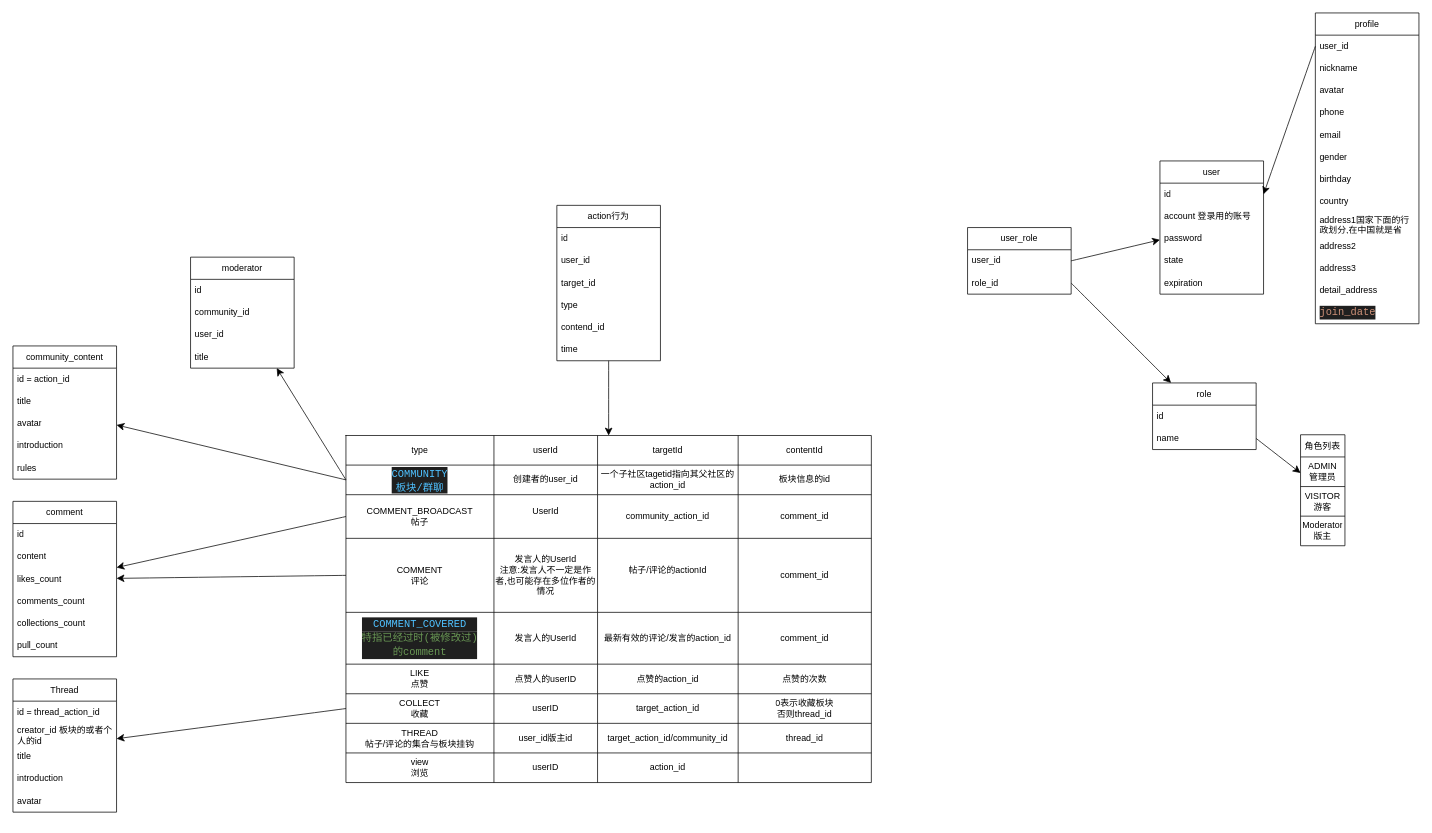
Above: page "第 3 页" (1 of 5) of doc/drawio/unibbs.drawio in Jomeuan/unibbs (draw.io), before the change. Source tidied: cells renumbered, new cells numbered last; positions are measured from the earlier drawing's top-left corner, leaving out a move shared by most shapes. Both pictures are drawn from the tidied source at 74%, with x=0, y=0 at pixel (13, 13).
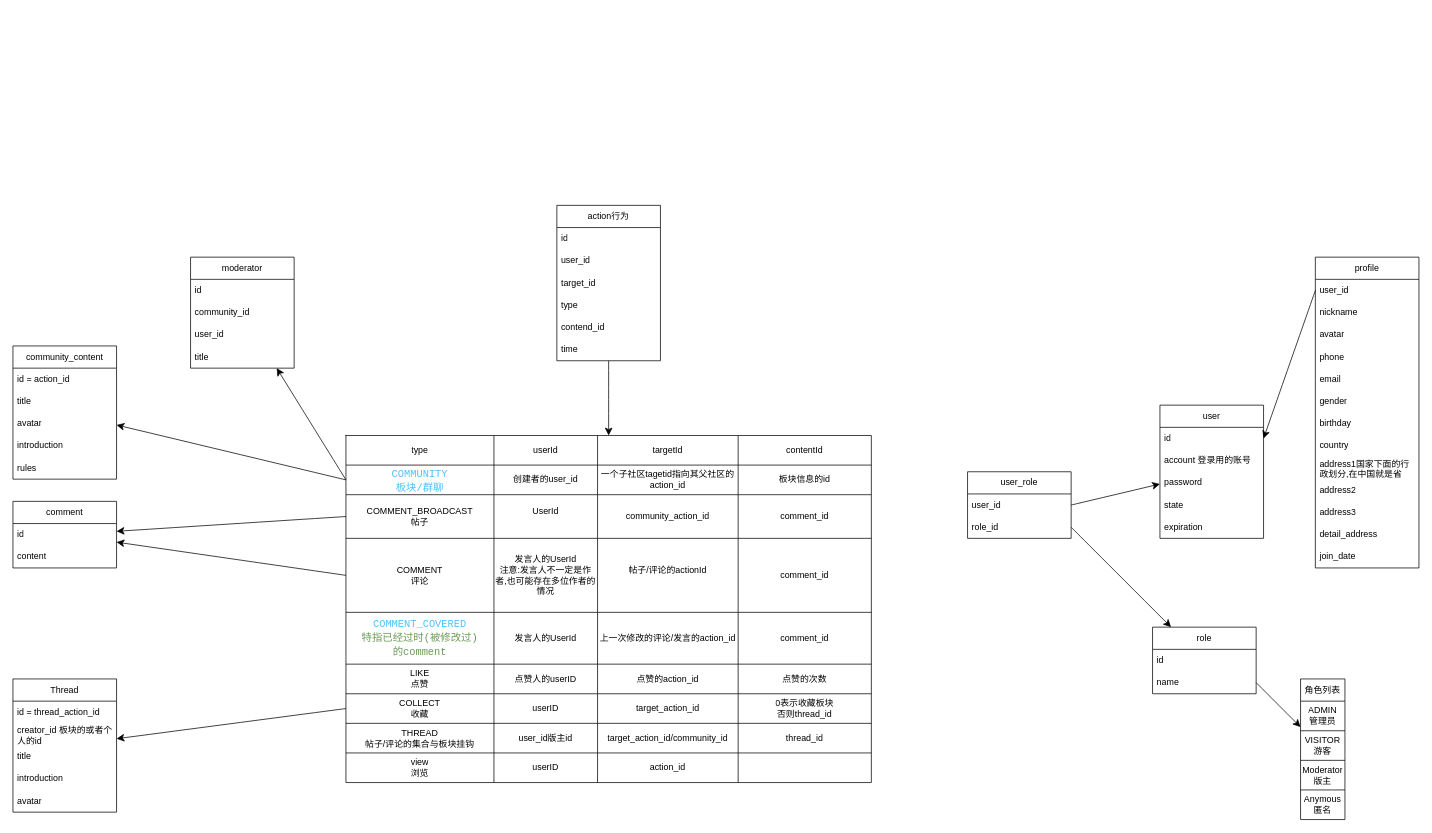
Above is the later version.

Unchanged cells that the change refers to:
```xml
<mxCell id="8" style="shape=tableRow;horizontal=0;startSize=0;swimlaneHead=0;swimlaneBody=0;strokeColor=inherit;top=0;left=0;bottom=0;right=0;fillColor=none;points=[[0,0.5],[1,0.5]];portConstraint=eastwest;" parent="2" vertex="1">
  <mxGeometry y="40" width="710" height="40" as="geometry" />
</mxCell>
<mxCell id="23" style="shape=tableRow;horizontal=0;startSize=0;swimlaneHead=0;swimlaneBody=0;strokeColor=inherit;top=0;left=0;bottom=0;right=0;fillColor=none;" parent="2" vertex="1">
  <mxGeometry y="239" width="710" height="70" as="geometry" />
</mxCell>
```

Diff of the diagram source:
```diff
@@
-    <mxCell id="9" value="&lt;div style=&quot;background-color: rgb(31, 31, 31); font-family: Consolas, &amp;quot;Courier New&amp;quot;, monospace; font-size: 14px; line-height: 19px; white-space: pre;&quot;&gt;&lt;font color=&quot;#4fc1ff&quot;&gt;COMMUNITY&lt;/font&gt;&lt;/div&gt;&lt;div style=&quot;background-color: rgb(31, 31, 31); font-family: Consolas, &amp;quot;Courier New&amp;quot;, monospace; font-size: 14px; line-height: 19px; white-space: pre;&quot;&gt;&lt;font color=&quot;#4fc1ff&quot;&gt;板块/群聊&lt;/font&gt;&lt;/div&gt;" style="shape=partialRectangle;html=1;whiteSpace=wrap;strokeColor=inherit;overflow=hidden;fillColor=none;top=0;left=0;bottom=0;right=0;" parent="8" vertex="1">
+    <mxCell id="9" value="&lt;div style=&quot;font-family: Consolas, &amp;quot;Courier New&amp;quot;, monospace; font-size: 14px; line-height: 19px; white-space: pre;&quot;&gt;&lt;font color=&quot;#4fc1ff&quot;&gt;COMMUNITY&lt;/font&gt;&lt;/div&gt;&lt;div style=&quot;font-family: Consolas, &amp;quot;Courier New&amp;quot;, monospace; font-size: 14px; line-height: 19px; white-space: pre;&quot;&gt;&lt;font color=&quot;#4fc1ff&quot;&gt;板块/群聊&lt;/font&gt;&lt;/div&gt;" style="shape=partialRectangle;html=1;whiteSpace=wrap;strokeColor=inherit;overflow=hidden;fillColor=none;top=0;left=0;bottom=0;right=0;labelBackgroundColor=none;" parent="8" vertex="1">
       <mxGeometry width="200" height="40" as="geometry" />
     </mxCell>
@@
-    <mxCell id="24" value="&lt;div style=&quot;color: rgb(204, 204, 204); background-color: rgb(31, 31, 31); font-family: Consolas, &amp;quot;Courier New&amp;quot;, monospace; font-size: 14px; line-height: 19px; white-space: pre;&quot;&gt;&lt;span style=&quot;color: #4fc1ff;&quot;&gt;COMMENT_COVERED&lt;/span&gt;&lt;/div&gt;&lt;div style=&quot;color: rgb(204, 204, 204); background-color: rgb(31, 31, 31); font-family: Consolas, &amp;quot;Courier New&amp;quot;, monospace; font-size: 14px; line-height: 19px; white-space: pre;&quot;&gt;&lt;div style=&quot;line-height: 19px;&quot;&gt;&lt;span style=&quot;color: #6a9955;&quot;&gt;特指已经过时(被修改过)&lt;/span&gt;&lt;/div&gt;&lt;div style=&quot;line-height: 19px;&quot;&gt;&lt;span style=&quot;color: #6a9955;&quot;&gt;的comment&lt;/span&gt;&lt;/div&gt;&lt;/div&gt;" style="shape=partialRectangle;html=1;whiteSpace=wrap;strokeColor=inherit;overflow=hidden;fillColor=none;top=0;left=0;bottom=0;right=0;" parent="23" vertex="1">
+    <mxCell id="24" value="&lt;div style=&quot;color: rgb(204, 204, 204); font-family: Consolas, &amp;quot;Courier New&amp;quot;, monospace; font-size: 14px; line-height: 19px; white-space: pre;&quot;&gt;&lt;span style=&quot;color: rgb(79, 193, 255);&quot;&gt;COMMENT_COVERED&lt;/span&gt;&lt;/div&gt;&lt;div style=&quot;color: rgb(204, 204, 204); font-family: Consolas, &amp;quot;Courier New&amp;quot;, monospace; font-size: 14px; line-height: 19px; white-space: pre;&quot;&gt;&lt;div style=&quot;line-height: 19px;&quot;&gt;&lt;span style=&quot;color: #6a9955;&quot;&gt;特指已经过时(被修改过)&lt;/span&gt;&lt;/div&gt;&lt;div style=&quot;line-height: 19px;&quot;&gt;&lt;span style=&quot;color: rgb(106, 153, 85);&quot;&gt;的comment&lt;/span&gt;&lt;/div&gt;&lt;/div&gt;" style="shape=partialRectangle;html=1;whiteSpace=wrap;strokeColor=inherit;overflow=hidden;fillColor=none;top=0;left=0;bottom=0;right=0;" parent="23" vertex="1">
       <mxGeometry width="200" height="70" as="geometry" />
     </mxCell>
@@
-    <mxCell id="26" value="最新有效的评论/发言的action_id" style="shape=partialRectangle;html=1;whiteSpace=wrap;strokeColor=inherit;overflow=hidden;fillColor=none;top=0;left=0;bottom=0;right=0;" parent="23" vertex="1">
+    <mxCell id="26" value="上一次修改的评论/发言的action_id" style="shape=partialRectangle;html=1;whiteSpace=wrap;strokeColor=inherit;overflow=hidden;fillColor=none;top=0;left=0;bottom=0;right=0;" parent="23" vertex="1">
       <mxGeometry x="340" width="190" height="70" as="geometry" />
     </mxCell>
@@
     <mxCell id="62" value="comment" style="swimlane;fontStyle=0;horizontal=1;startSize=30;whiteSpace=wrap;html=1;" parent="1" vertex="1">
-      <mxGeometry y="660" width="140" height="210" as="geometry" />
+      <mxGeometry y="660" width="140" height="90" as="geometry" />
     </mxCell>
@@
-    <mxCell id="65" value="likes_count" style="text;strokeColor=none;fillColor=none;align=left;verticalAlign=middle;spacingLeft=4;spacingRight=4;overflow=hidden;whiteSpace=wrap;html=1;" parent="62" vertex="1">
-      <mxGeometry y="90" width="140" height="30" as="geometry" />
-    </mxCell>
-    <mxCell id="66" value="comments_count" style="text;strokeColor=none;fillColor=none;align=left;verticalAlign=middle;spacingLeft=4;spacingRight=4;overflow=hidden;whiteSpace=wrap;html=1;" parent="62" vertex="1">
-      <mxGeometry y="120" width="140" height="30" as="geometry" />
-    </mxCell>
-    <mxCell id="67" value="collections_count" style="text;strokeColor=none;fillColor=none;align=left;verticalAlign=middle;spacingLeft=4;spacingRight=4;overflow=hidden;whiteSpace=wrap;html=1;" parent="62" vertex="1">
-      <mxGeometry y="150" width="140" height="30" as="geometry" />
-    </mxCell>
-    <mxCell id="68" value="pull_count" style="text;strokeColor=none;fillColor=none;align=left;verticalAlign=middle;spacingLeft=4;spacingRight=4;overflow=hidden;whiteSpace=wrap;html=1;" parent="62" vertex="1">
-      <mxGeometry y="180" width="140" height="30" as="geometry" />
-    </mxCell>
@@
     <mxCell id="71" value="user" style="swimlane;fontStyle=0;horizontal=1;startSize=30;whiteSpace=wrap;html=1;" parent="1" vertex="1">
-      <mxGeometry x="1550" y="200" width="140" height="180" as="geometry" />
+      <mxGeometry x="1550" y="530" width="140" height="180" as="geometry" />
     </mxCell>
@@
     <mxCell id="77" value="user_role" style="swimlane;fontStyle=0;horizontal=1;startSize=30;whiteSpace=wrap;html=1;" parent="1" vertex="1">
-      <mxGeometry x="1290" y="290" width="140" height="90" as="geometry" />
+      <mxGeometry x="1290" y="620" width="140" height="90" as="geometry" />
     </mxCell>
@@
     <mxCell id="81" value="role" style="swimlane;fontStyle=0;horizontal=1;startSize=30;whiteSpace=wrap;html=1;" parent="1" vertex="1">
-      <mxGeometry x="1540" y="500" width="140" height="90" as="geometry" />
+      <mxGeometry x="1540" y="830" width="140" height="90" as="geometry" />
     </mxCell>
@@
     <mxCell id="85" value="profile" style="swimlane;fontStyle=0;horizontal=1;startSize=30;whiteSpace=wrap;html=1;" parent="1" vertex="1">
-      <mxGeometry x="1760" width="140" height="420" as="geometry" />
+      <mxGeometry x="1760" y="330" width="140" height="420" as="geometry" />
     </mxCell>
@@
-    <mxCell id="98" value="&lt;div style=&quot;color: rgb(204, 204, 204); background-color: rgb(31, 31, 31); font-family: Consolas, &amp;quot;Courier New&amp;quot;, monospace; font-size: 14px; line-height: 19px; white-space: pre;&quot;&gt;&lt;span style=&quot;color: #ce9178;&quot;&gt;join_date&lt;/span&gt;&lt;/div&gt;" style="text;strokeColor=none;fillColor=none;align=left;verticalAlign=middle;spacingLeft=4;spacingRight=4;overflow=hidden;whiteSpace=wrap;html=1;" parent="85" vertex="1">
+    <mxCell id="98" value="join_date" style="text;strokeColor=none;fillColor=none;align=left;verticalAlign=middle;spacingLeft=4;spacingRight=4;overflow=hidden;whiteSpace=wrap;html=1;" parent="85" vertex="1">
       <mxGeometry y="390" width="140" height="30" as="geometry" />
     </mxCell>
     <mxCell id="99" value="角色列表" style="shape=table;startSize=30;childLayout=tableLayout;" parent="1" vertex="1">
-      <mxGeometry x="1740" y="570" width="60" height="150" as="geometry" />
+      <mxGeometry x="1740" y="900" width="60" height="190" as="geometry" />
     </mxCell>
@@
+    <mxCell id="122" style="shape=tableRow;horizontal=0;startSize=0;swimlaneHead=0;swimlaneBody=0;strokeColor=inherit;top=0;left=0;bottom=0;right=0;fillColor=none;" parent="99" vertex="1">
+      <mxGeometry y="150" width="60" height="40" as="geometry" />
+    </mxCell>
+    <mxCell id="123" value="Anymous&lt;div&gt;匿名&lt;/div&gt;" style="shape=partialRectangle;html=1;whiteSpace=wrap;strokeColor=inherit;overflow=hidden;fillColor=none;top=0;left=0;bottom=0;right=0;" parent="122" vertex="1">
+      <mxGeometry width="60" height="40" as="geometry" />
+    </mxCell>
```
